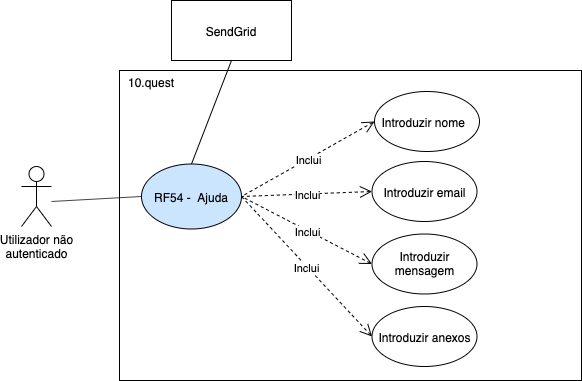
BrunoGrifo/Tese keeps this draw.io diagram as img/rf/ajuda.png. Above is the earlier version. Source tidied: cells renumbered, new cells last; positions are measured from the earlier drawing's top-left corner, leaving out a move shared by most shapes. Its diagram source:
```xml
<mxGraphModel>
  <root>
    <mxCell id="0" />
    <mxCell id="1" parent="0" />
    <mxCell id="2" style="rounded=0;whiteSpace=wrap;html=1;" parent="1" vertex="1">
      <mxGeometry x="98" y="70" width="462" height="310" as="geometry" />
    </mxCell>
    <mxCell id="3" value="Utilizador não&lt;br&gt;autenticado" style="shape=umlActor;verticalLabelPosition=bottom;labelBackgroundColor=#ffffff;verticalAlign=top;html=1;" parent="1" vertex="1">
      <mxGeometry y="166" width="30" height="60" as="geometry" />
    </mxCell>
    <mxCell id="4" style="endArrow=none;html=1;entryX=0;entryY=0.5;entryDx=0;entryDy=0;" parent="1" edge="1" target="6">
      <mxGeometry relative="1" as="geometry">
        <mxPoint x="30" y="201" as="sourcePoint" />
      </mxGeometry>
    </mxCell>
    <mxCell id="5" value="10.quest" style="text;html=1;strokeColor=none;fillColor=none;align=center;verticalAlign=middle;whiteSpace=wrap;rounded=0;" parent="1" vertex="1">
      <mxGeometry x="110" y="71" width="40" height="20" as="geometry" />
    </mxCell>
    <mxCell id="6" value="RF54 -&amp;nbsp; Ajuda" style="ellipse;whiteSpace=wrap;html=1;fillColor=#CCE5FF;" parent="1" vertex="1">
      <mxGeometry x="120" y="163.5" width="100" height="65" as="geometry" />
    </mxCell>
    <mxCell id="7" value="Introduzir nome&amp;nbsp;&amp;nbsp;" style="ellipse;whiteSpace=wrap;html=1;" parent="1" vertex="1">
      <mxGeometry x="353" y="91" width="105" height="60" as="geometry" />
    </mxCell>
    <mxCell id="8" value="Introduzir email" style="ellipse;whiteSpace=wrap;html=1;" parent="1" vertex="1">
      <mxGeometry x="350.5" y="161" width="105" height="60" as="geometry" />
    </mxCell>
    <mxCell id="9" value="Inclui" style="endArrow=none;endSize=12;dashed=1;html=1;exitX=0;exitY=0.5;exitDx=0;exitDy=0;entryX=1;entryY=0.5;entryDx=0;entryDy=0;startArrow=open;startFill=0;endFill=0;startSize=10;" parent="1" edge="1" source="7" target="6">
      <mxGeometry relative="1" as="geometry" />
    </mxCell>
    <mxCell id="10" value="Inclui" style="endArrow=none;endSize=12;dashed=1;html=1;exitX=0;exitY=0.5;exitDx=0;exitDy=0;entryX=1;entryY=0.5;entryDx=0;entryDy=0;startArrow=open;startFill=0;endFill=0;startSize=10;" parent="1" edge="1" source="8" target="6">
      <mxGeometry relative="1" as="geometry" />
    </mxCell>
    <mxCell id="11" value="Introduzir mensagem" style="ellipse;whiteSpace=wrap;html=1;" parent="1" vertex="1">
      <mxGeometry x="350.5" y="233.5" width="105" height="60" as="geometry" />
    </mxCell>
    <mxCell id="12" value="Inclui" style="endArrow=none;endSize=12;dashed=1;html=1;exitX=0;exitY=0.5;exitDx=0;exitDy=0;entryX=1;entryY=0.5;entryDx=0;entryDy=0;startArrow=open;startFill=0;endFill=0;startSize=10;" parent="1" edge="1" source="11" target="6">
      <mxGeometry relative="1" as="geometry" />
    </mxCell>
    <mxCell id="13" value="Introduzir anexos" style="ellipse;whiteSpace=wrap;html=1;" parent="1" vertex="1">
      <mxGeometry x="350.5" y="306" width="105" height="60" as="geometry" />
    </mxCell>
    <mxCell id="14" value="Inclui" style="endArrow=none;endSize=12;dashed=1;html=1;exitX=0;exitY=0.5;exitDx=0;exitDy=0;entryX=1;entryY=0.5;entryDx=0;entryDy=0;startArrow=open;startFill=0;endFill=0;startSize=10;" parent="1" edge="1" source="13" target="6">
      <mxGeometry relative="1" as="geometry" />
    </mxCell>
    <mxCell id="15" value="SendGrid" style="rounded=0;whiteSpace=wrap;html=1;" parent="1" vertex="1">
      <mxGeometry x="150" width="120" height="60" as="geometry" />
    </mxCell>
    <mxCell id="16" style="endArrow=none;html=1;entryX=0.5;entryY=1;entryDx=0;entryDy=0;exitX=0.5;exitY=0;exitDx=0;exitDy=0;" parent="1" edge="1" source="6" target="15">
      <mxGeometry relative="1" as="geometry" />
    </mxCell>
  </root>
</mxGraphModel>
```
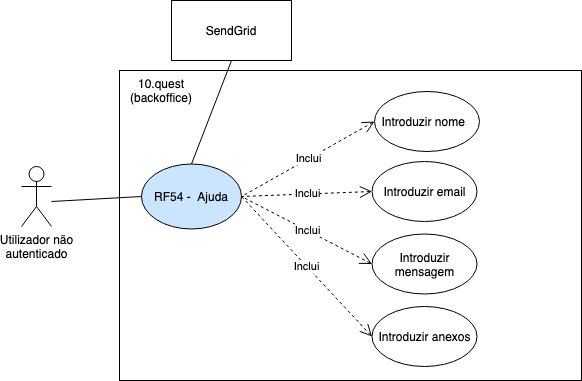
The same file after the commit.

Change to the diagram source:
```diff
@@ -13,9 +13,6 @@
         <mxPoint x="30" y="201" as="sourcePoint" />
       </mxGeometry>
     </mxCell>
-    <mxCell id="5" value="10.quest" style="text;html=1;strokeColor=none;fillColor=none;align=center;verticalAlign=middle;whiteSpace=wrap;rounded=0;" parent="1" vertex="1">
-      <mxGeometry x="110" y="71" width="40" height="20" as="geometry" />
-    </mxCell>
     <mxCell id="6" value="RF54 -&amp;nbsp; Ajuda" style="ellipse;whiteSpace=wrap;html=1;fillColor=#CCE5FF;" parent="1" vertex="1">
       <mxGeometry x="120" y="163.5" width="100" height="65" as="geometry" />
     </mxCell>
@@ -49,5 +46,8 @@
     <mxCell id="16" style="endArrow=none;html=1;entryX=0.5;entryY=1;entryDx=0;entryDy=0;exitX=0.5;exitY=0;exitDx=0;exitDy=0;" parent="1" edge="1" source="6" target="15">
       <mxGeometry relative="1" as="geometry" />
     </mxCell>
+    <mxCell id="17" value="10.quest (backoffice)" style="text;html=1;strokeColor=none;fillColor=none;align=center;verticalAlign=middle;whiteSpace=wrap;rounded=0;" parent="1" vertex="1">
+      <mxGeometry x="120" y="80" width="40" height="20" as="geometry" />
+    </mxCell>
   </root>
 </mxGraphModel>
```
